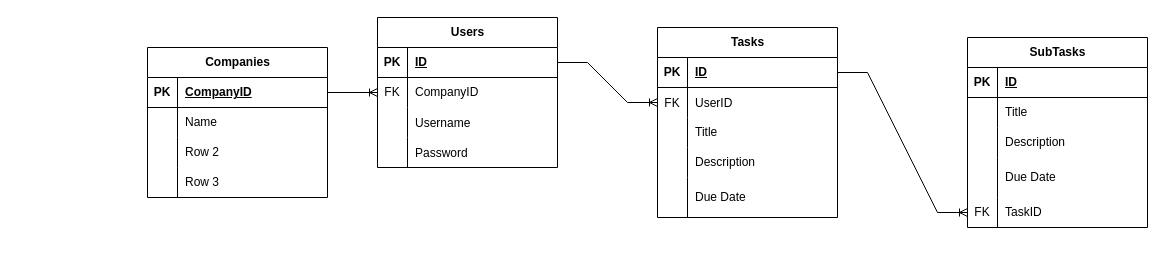
DavidUKr/TimeManager keeps this draw.io diagram as Extras/database_model.drawio. Above is the earlier version. Source tidied: cells renumbered, new cells numbered last; positions are measured from the earlier drawing's top-left corner, leaving out a move shared by most shapes. Both pictures are drawn from the tidied source at 100%, with x=0, y=0 at pixel (147, 17).
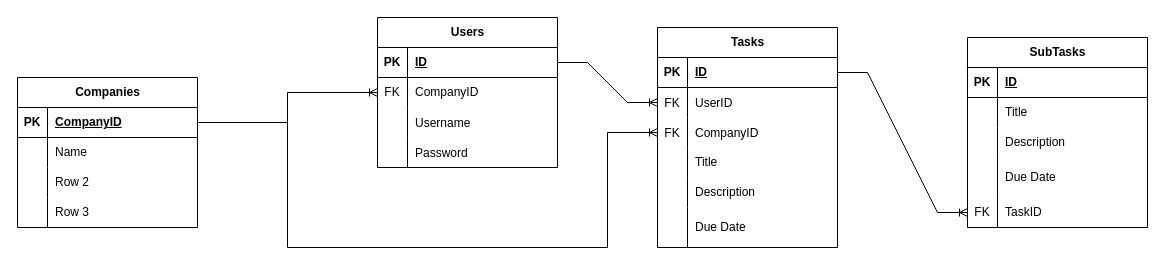
Above is the later version.

Commit message:
just checking out

The change refers to these unchanged cells:
```xml
<mxCell id="48" style="shape=tableRow;horizontal=0;startSize=0;swimlaneHead=0;swimlaneBody=0;fillColor=none;points=[[0,0.5],[1,0.5]];portConstraint=eastwest;top=0;left=0;right=0;bottom=1;" parent="47" vertex="1">
  <mxGeometry y="30" width="180" height="30" as="geometry" />
</mxCell>
```

Change to the diagram source:
```diff
@@
     <mxCell id="15" value="Tasks" style="shape=table;startSize=30;childLayout=tableLayout;rowLines=0;fontStyle=1;align=center;html=1;" parent="1" vertex="1">
-      <mxGeometry x="510" y="10" width="180" height="190" as="geometry" />
+      <mxGeometry x="510" y="10" width="180" height="220" as="geometry" />
     </mxCell>
@@
+    <mxCell id="63" style="shape=tableRow;horizontal=0;startSize=0;swimlaneHead=0;swimlaneBody=0;fillColor=none;points=[[0,0.5],[1,0.5]];portConstraint=eastwest;top=0;left=0;right=0;bottom=0;" parent="15" vertex="1">
+      <mxGeometry y="90" width="180" height="30" as="geometry" />
+    </mxCell>
+    <mxCell id="64" value="FK" style="shape=partialRectangle;fillColor=none;top=0;left=0;bottom=0;right=0;fontStyle=0;overflow=hidden;" parent="63" vertex="1">
+      <mxGeometry width="30" height="30" as="geometry" />
+    </mxCell>
+    <mxCell id="65" value="CompanyID" style="shape=partialRectangle;fillColor=none;top=0;left=0;bottom=0;right=0;align=left;spacingLeft=6;fontStyle=0;overflow=hidden;" parent="63" vertex="1">
+      <mxGeometry x="30" width="150" height="30" as="geometry" />
+    </mxCell>
     <mxCell id="22" style="shape=tableRow;horizontal=0;startSize=0;swimlaneHead=0;swimlaneBody=0;fillColor=none;top=0;left=0;right=0;bottom=0;" parent="15" vertex="1">
-      <mxGeometry y="90" width="180" height="30" as="geometry" />
+      <mxGeometry y="120" width="180" height="30" as="geometry" />
     </mxCell>
@@
     <mxCell id="25" style="shape=tableRow;horizontal=0;startSize=0;swimlaneHead=0;swimlaneBody=0;fillColor=none;top=0;left=0;right=0;bottom=0;" parent="15" vertex="1">
-      <mxGeometry y="120" width="180" height="30" as="geometry" />
+      <mxGeometry y="150" width="180" height="30" as="geometry" />
     </mxCell>
@@
     <mxCell id="28" style="shape=tableRow;horizontal=0;startSize=0;swimlaneHead=0;swimlaneBody=0;fillColor=none;top=0;left=0;right=0;bottom=0;" parent="15" vertex="1">
-      <mxGeometry y="150" width="180" height="40" as="geometry" />
+      <mxGeometry y="180" width="180" height="40" as="geometry" />
     </mxCell>
@@
     <mxCell id="47" value="Companies" style="shape=table;startSize=30;childLayout=tableLayout;rowLines=0;fontStyle=1;align=center;html=1;" parent="1" vertex="1">
-      <mxGeometry y="30" width="180" height="150" as="geometry" />
+      <mxGeometry x="-130" y="60" width="180" height="150" as="geometry" />
     </mxCell>
@@
+    <mxCell id="66" style="edgeStyle=orthogonalEdgeStyle;fontSize=12;html=1;endArrow=ERoneToMany;rounded=0;exitX=1;exitY=0.5;exitDx=0;exitDy=0;entryX=0;entryY=0.5;entryDx=0;entryDy=0;" parent="1" edge="1" source="48" target="63">
+      <mxGeometry relative="1" as="geometry">
+        <Array as="points">
+          <mxPoint x="140" y="105" />
+          <mxPoint x="140" y="230" />
+          <mxPoint x="460" y="230" />
+          <mxPoint x="460" y="115" />
+        </Array>
+      </mxGeometry>
+    </mxCell>
```
